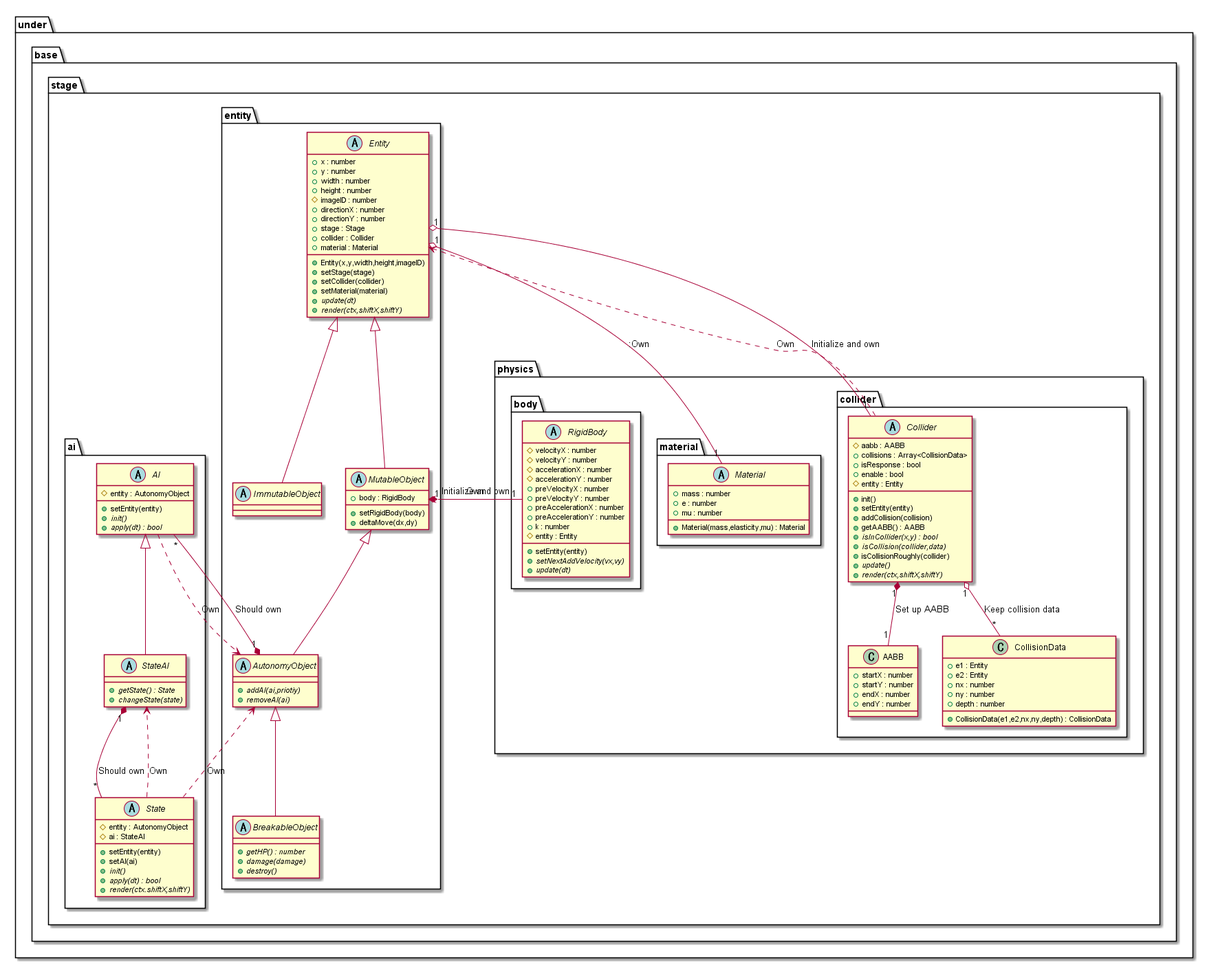
Above: out/uml/entity/Base/EntityBase.png in Expine/Under (PlantUML), before the change. Its diagram source:
```plantuml
@startuml EntityBase
package under {
    package base {
        package stage {
            package entity {
                abstract Entity {
                    +Entity(x,y,width,height,imageID)
                    +x : number
                    +y : number
                    +width : number
                    +height : number
                    #imageID : number
                    +directionX : number
                    +directionY : number
                    +stage : Stage
                    +collider : Collider
                    +material : Material
                    +setStage(stage)
                    +setCollider(collider)
                    +setMaterial(material)
                    {abstract} +update(dt)
                    {abstract} +render(ctx,shiftX,shiftY)
                }
                abstract ImmutableObject {

                }
                abstract MutableObject {
                    +body : RigidBody
                    +setRigidBody(body)
                    +deltaMove(dx,dy)
                }
                abstract AutonomyObject {
                    {abstract} +addAI(ai,priotiy)
                    {abstract} +removeAI(ai)
                }

                abstract BreakableObject {
                    {abstract} +getHP() : number
                    {abstract} +damage(damage)
                    {abstract} +destroy()
                }
            }
            package physics {
                package collider {
                    abstract Collider {
                        #aabb : AABB
                        +collisions : Array<CollisionData>
                        +isResponse : bool
                        +enable : bool
                        #entity : Entity
                        +init()
                        +setEntity(entity)
                        +addCollision(collision)
                        +getAABB() : AABB
                        {abstract} +isInCollider(x,y) : bool
                        {abstract} +isCollision(collider,data)
                        +isCollisionRoughly(collider)
                        {abstract} +update()
                        {abstract} +render(ctx,shiftX,shiftY)
                    }
                    class AABB {
                        +startX : number
                        +startY : number
                        +endX : number
                        +endY : number
                    }
                    class CollisionData {
                        +CollisionData(e1,e2,nx,ny,depth) : CollisionData
                        +e1 : Entity
                        +e2 : Entity
                        +nx : number
                        +ny : number
                        +depth : number
                    }
                }
                package material {
                    abstract Material {
                        +Material(mass,elasticity,mu) : Material
                        +mass : number
                        +e : number
                        +mu : number
                    }
                }
                package body {
                    abstract RigidBody {
                        #velocityX : number
                        #velocityY : number
                        #accelerationX : number
                        #accelerationY : number
                        +preVelocityX : number
                        +preVelocityY : number
                        +preAccelerationX : number
                        +preAccelerationY : number
                        +k : number
                        #entity : Entity
                        +setEntity(entity)
                        {abstract} +setNextAddVelocity(vx,vy)
                        {abstract} +update(dt)
                    }
                }
            }
            package ai {
                abstract AI {
                    #entity : AutonomyObject
                    +setEntity(entity)
                    {abstract} +init()
                    {abstract} +apply(dt) : bool
                }
                abstract StateAI {
                    {abstract} +getState() : State
                    {abstract} +changeState(state)
                }
                abstract State {
                    #entity : AutonomyObject
                    #ai : StateAI
                    +setEntity(entity)
                    +setAI(ai)
                    {abstract} +init()
                    {abstract} +apply(dt) : bool
                    {abstract} +render(ctx.shiftX,shiftY)
                }
            }
        }
    }
}

Entity <|-- ImmutableObject
Entity <|-- MutableObject
MutableObject <|-- AutonomyObject
AutonomyObject <|-- BreakableObject

Entity "1" o--"1" Collider : Initialize and own
Entity "1" o--"1" Material ::Own
Collider ..> Entity : Own
MutableObject "1"*--"1" RigidBody : Initialize and own
RigidBody .> MutableObject : Own

AutonomyObject "1"*--"*" AI : Should own
AI <|-- StateAI
AI ..> AutonomyObject : Own
StateAI "1"*--"*" State : Should own
State ..> StateAI : Own
State ..> AutonomyObject : Own

Collider "1" o-- "*" CollisionData : Keep collision data
Collider "1" *-- "1" AABB : Set up AABB

@enduml
```
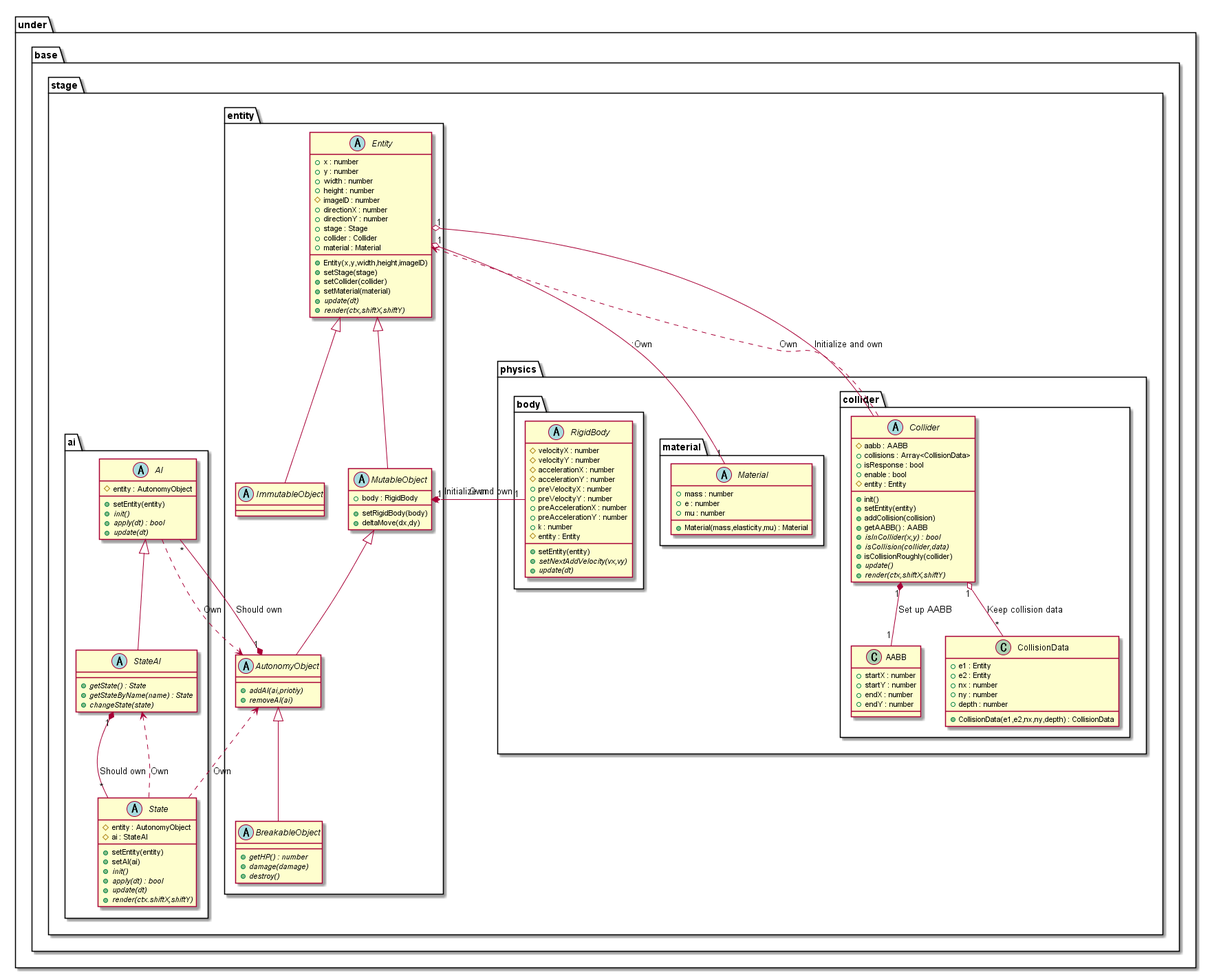
After the commit.

What changed in the source:
```diff
@@ -105,9 +105,11 @@
                     +setEntity(entity)
                     {abstract} +init()
                     {abstract} +apply(dt) : bool
+                    {abstract} +update(dt)
                 }
                 abstract StateAI {
                     {abstract} +getState() : State
+                    {abstract} +getStateByName(name) : State
                     {abstract} +changeState(state)
                 }
                 abstract State {
@@ -117,6 +119,7 @@
                     +setAI(ai)
                     {abstract} +init()
                     {abstract} +apply(dt) : bool
+                    {abstract} +update(dt)
                     {abstract} +render(ctx.shiftX,shiftY)
                 }
             }
```
